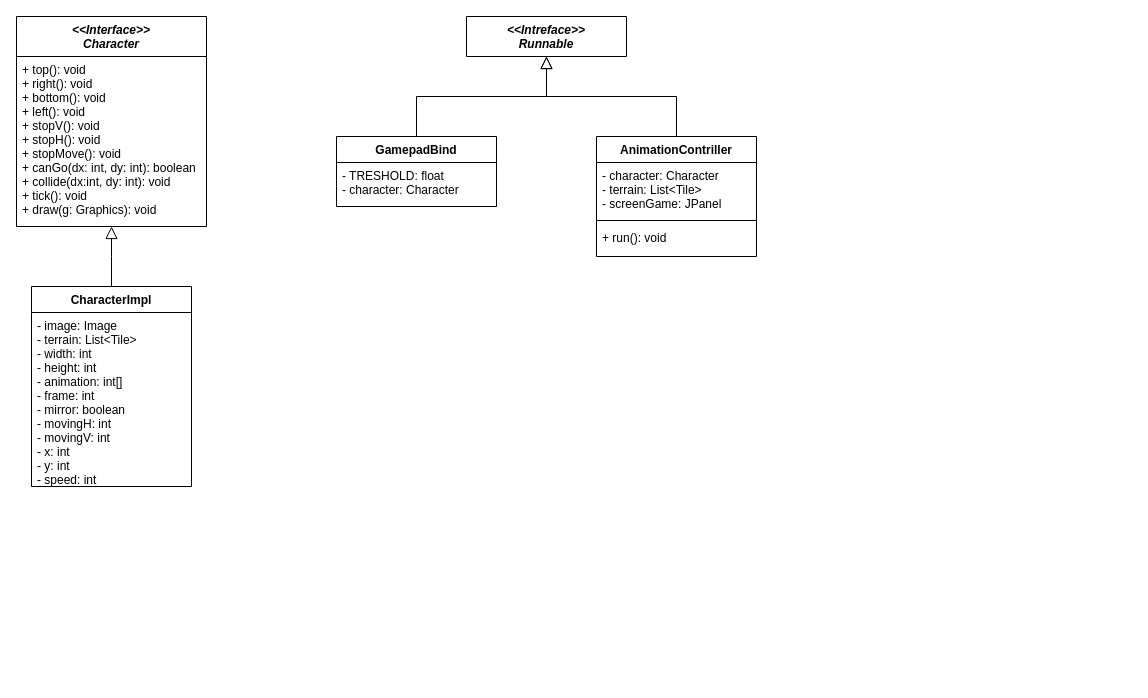
mazsak/game2D keeps this draw.io diagram as uml/class_game.drawio. Above is the earlier version. Source tidied: cells renumbered, new cells numbered last; positions are measured from the earlier drawing's top-left corner, leaving out a move shared by most shapes. Both pictures are drawn from the tidied source at 100%, with x=0, y=0 at pixel (16, 16).
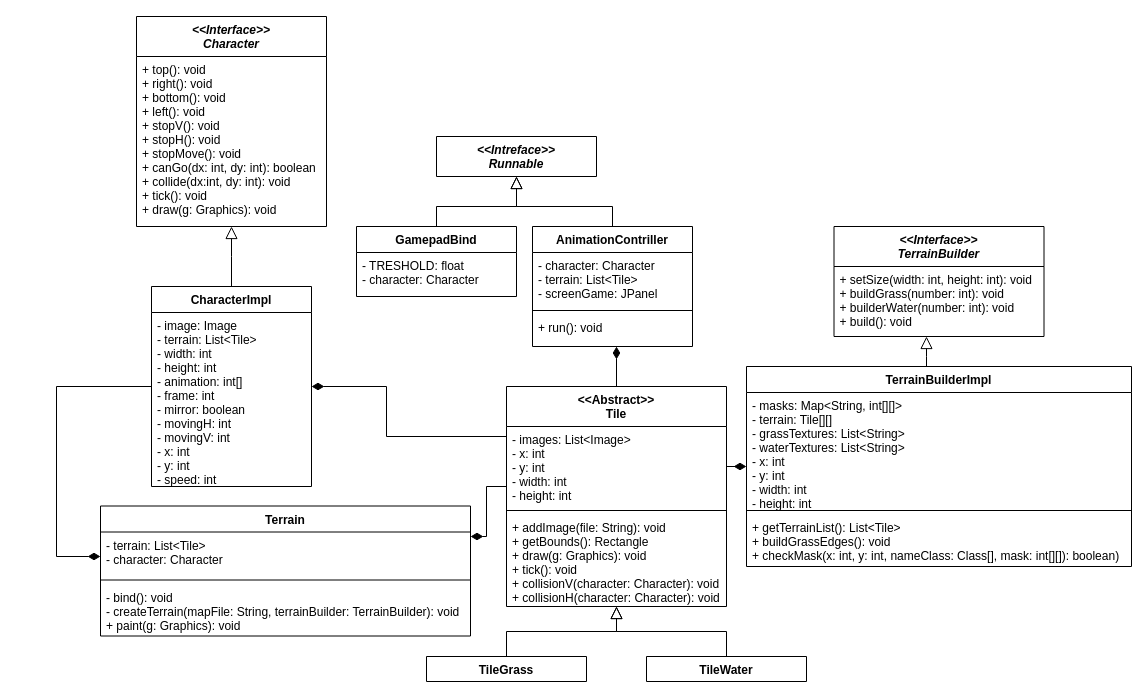
Above is the later version.

Diff of the diagram source:
```diff
@@
     <mxCell id="3" value="&lt;&lt;Interface&gt;&gt;&#10;Character" style="swimlane;fontStyle=3;align=center;verticalAlign=top;horizontal=1;startSize=40;rounded=0;shadow=0;strokeWidth=1;" parent="1" vertex="1">
-      <mxGeometry width="190" height="210" as="geometry" />
+      <mxGeometry x="120" width="190" height="210" as="geometry" />
     </mxCell>
@@
     <mxCell id="6" value="&lt;&lt;Intreface&gt;&gt;&#10;Runnable" style="swimlane;fontStyle=3;align=center;verticalAlign=top;horizontal=1;startSize=50;rounded=0;shadow=0;strokeWidth=1;" parent="1" vertex="1">
-      <mxGeometry x="450" width="160" height="40" as="geometry" />
+      <mxGeometry x="420" y="120" width="160" height="40" as="geometry" />
     </mxCell>
+    <mxCell id="17" style="edgeStyle=orthogonalEdgeStyle;rounded=0;jettySize=auto;html=1;endArrow=diamondThin;endFill=1;endSize=10;" parent="1" edge="1" source="7" target="38">
+      <mxGeometry relative="1" as="geometry">
+        <Array as="points">
+          <mxPoint x="40" y="370" />
+          <mxPoint x="40" y="540" />
+        </Array>
+      </mxGeometry>
+    </mxCell>
     <mxCell id="7" value="CharacterImpl" style="swimlane;fontStyle=1;align=center;verticalAlign=top;horizontal=1;startSize=26;rounded=0;shadow=0;strokeWidth=1;" parent="1" vertex="1">
-      <mxGeometry x="15" y="270" width="160" height="200" as="geometry" />
+      <mxGeometry x="135" y="270" width="160" height="200" as="geometry" />
     </mxCell>
@@
-    <mxCell id="9" style="edgeStyle=orthogonalEdgeStyle;rounded=0;jettySize=auto;html=1;exitX=0.5;exitY=0;exitDx=0;exitDy=0;endArrow=block;endFill=0;strokeWidth=1;endSize=10;" parent="1" edge="1" source="10" target="6">
-      <mxGeometry relative="1" as="geometry" />
+    <mxCell id="9" style="edgeStyle=orthogonalEdgeStyle;rounded=0;jettySize=auto;html=1;endArrow=block;endFill=0;strokeWidth=1;endSize=10;" parent="1" edge="1" source="10" target="6">
+      <mxGeometry relative="1" as="geometry">
+        <Array as="points">
+          <mxPoint x="420" y="190" />
+          <mxPoint x="500" y="190" />
+        </Array>
+      </mxGeometry>
     </mxCell>
     <mxCell id="10" value="GamepadBind" style="swimlane;fontStyle=1;align=center;verticalAlign=top;horizontal=1;startSize=26;rounded=0;shadow=0;strokeWidth=1;" parent="1" vertex="1">
-      <mxGeometry x="320" y="120" width="160" height="70" as="geometry" />
+      <mxGeometry x="340" y="210" width="160" height="70" as="geometry" />
     </mxCell>
@@
     <mxCell id="12" style="edgeStyle=orthogonalEdgeStyle;rounded=0;jettySize=auto;html=1;endArrow=block;endFill=0;endSize=10;strokeWidth=1;" parent="1" edge="1" source="13" target="6">
       <mxGeometry relative="1" as="geometry">
         <Array as="points">
-          <mxPoint x="660" y="80" />
-          <mxPoint x="530" y="80" />
+          <mxPoint x="596" y="190" />
+          <mxPoint x="500" y="190" />
         </Array>
       </mxGeometry>
     </mxCell>
     <mxCell id="13" value="AnimationContriller" style="swimlane;fontStyle=1;align=center;verticalAlign=top;horizontal=1;startSize=26;" parent="1" vertex="1">
-      <mxGeometry x="580" y="120" width="160" height="120" as="geometry" />
+      <mxGeometry x="516" y="210" width="160" height="120" as="geometry" />
     </mxCell>
@@
+    <mxCell id="18" style="edgeStyle=orthogonalEdgeStyle;rounded=0;jettySize=auto;html=1;endArrow=diamondThin;endFill=1;endSize=10;" parent="1" edge="1" source="22" target="34">
+      <mxGeometry relative="1" as="geometry">
+        <Array as="points">
+          <mxPoint x="720" y="450" />
+          <mxPoint x="720" y="450" />
+        </Array>
+      </mxGeometry>
+    </mxCell>
+    <mxCell id="19" style="edgeStyle=orthogonalEdgeStyle;rounded=0;jettySize=auto;html=1;endArrow=diamondThin;endFill=1;endSize=10;" parent="1" edge="1" source="22" target="7">
+      <mxGeometry relative="1" as="geometry">
+        <Array as="points">
+          <mxPoint x="370" y="420" />
+          <mxPoint x="370" y="370" />
+        </Array>
+      </mxGeometry>
+    </mxCell>
+    <mxCell id="20" style="edgeStyle=orthogonalEdgeStyle;rounded=0;jettySize=auto;html=1;endArrow=diamondThin;endFill=1;endSize=10;" parent="1" edge="1" source="22" target="13">
+      <mxGeometry relative="1" as="geometry">
+        <Array as="points">
+          <mxPoint x="606" y="310" />
+          <mxPoint x="606" y="310" />
+        </Array>
+      </mxGeometry>
+    </mxCell>
+    <mxCell id="21" style="edgeStyle=orthogonalEdgeStyle;rounded=0;jettySize=auto;html=1;endArrow=diamondThin;endFill=1;endSize=10;" parent="1" edge="1" source="22" target="38">
+      <mxGeometry relative="1" as="geometry">
+        <Array as="points">
+          <mxPoint x="470" y="470" />
+          <mxPoint x="470" y="520" />
+        </Array>
+      </mxGeometry>
+    </mxCell>
+    <mxCell id="22" value="&lt;&lt;Abstract&gt;&gt;&#10;Tile" style="swimlane;fontStyle=1;align=center;verticalAlign=top;horizontal=1;startSize=40;" parent="1" vertex="1">
+      <mxGeometry x="490" y="370" width="220" height="220" as="geometry" />
+    </mxCell>
+    <mxCell id="23" value="- images: List&lt;Image&gt;&#10;- x: int&#10;- y: int&#10;- width: int&#10;- height: int" style="text;strokeColor=none;fillColor=none;align=left;verticalAlign=top;spacingLeft=4;spacingRight=4;overflow=hidden;" parent="22" vertex="1">
+      <mxGeometry y="40" width="220" height="80" as="geometry" />
+    </mxCell>
+    <mxCell id="24" style="line;strokeWidth=1;fillColor=none;align=left;verticalAlign=middle;spacingTop=-1;spacingLeft=3;spacingRight=3;labelPosition=right;" parent="22" vertex="1">
+      <mxGeometry y="120" width="220" height="8" as="geometry" />
+    </mxCell>
+    <mxCell id="25" value="+ addImage(file: String): void&#10;+ getBounds(): Rectangle&#10;+ draw(g: Graphics): void&#10;+ tick(): void&#10;+ collisionV(character: Character): void&#10;+ collisionH(character: Character): void" style="text;strokeColor=none;fillColor=none;align=left;verticalAlign=top;spacingLeft=4;spacingRight=4;overflow=hidden;" parent="22" vertex="1">
+      <mxGeometry y="128" width="220" height="92" as="geometry" />
+    </mxCell>
+    <mxCell id="26" style="edgeStyle=orthogonalEdgeStyle;rounded=0;jettySize=auto;html=1;exitX=0.5;exitY=0;exitDx=0;exitDy=0;endArrow=block;endFill=0;endSize=10;" parent="1" edge="1" source="27" target="22">
+      <mxGeometry relative="1" as="geometry" />
+    </mxCell>
+    <mxCell id="27" value="TileGrass" style="swimlane;fontStyle=1;align=center;verticalAlign=top;horizontal=1;startSize=26;rounded=0;shadow=0;strokeWidth=1;" parent="1" vertex="1">
+      <mxGeometry x="410" y="640" width="160" height="25" as="geometry" />
+    </mxCell>
+    <mxCell id="28" style="edgeStyle=orthogonalEdgeStyle;rounded=0;jettySize=auto;html=1;endArrow=block;endFill=0;endSize=10;" parent="1" edge="1" source="29" target="22">
+      <mxGeometry relative="1" as="geometry" />
+    </mxCell>
+    <mxCell id="29" value="TileWater" style="swimlane;fontStyle=1;align=center;verticalAlign=top;horizontal=1;startSize=26;rounded=0;shadow=0;strokeWidth=1;" parent="1" vertex="1">
+      <mxGeometry x="630" y="640" width="160" height="25" as="geometry" />
+    </mxCell>
+    <mxCell id="30" value="&lt;&lt;Interface&gt;&gt;&#10;TerrainBuilder" style="swimlane;fontStyle=3;align=center;verticalAlign=top;horizontal=1;startSize=40;rounded=0;shadow=0;strokeWidth=1;" parent="1" vertex="1">
+      <mxGeometry x="817.5" y="210" width="210" height="110" as="geometry" />
+    </mxCell>
+    <mxCell id="31" style="line;html=1;strokeWidth=1;align=left;verticalAlign=middle;spacingTop=-1;spacingLeft=3;spacingRight=3;labelPosition=right;" parent="30" vertex="1">
+      <mxGeometry y="40" width="210" as="geometry" />
+    </mxCell>
+    <mxCell id="32" value="+ setSize(width: int, height: int): void&#10;+ buildGrass(number: int): void&#10;+ builderWater(number: int): void&#10;+ build(): void" style="text;align=left;verticalAlign=top;spacingLeft=4;spacingRight=4;overflow=hidden;" parent="30" vertex="1">
+      <mxGeometry y="40" width="210" height="70" as="geometry" />
+    </mxCell>
+    <mxCell id="33" style="edgeStyle=orthogonalEdgeStyle;rounded=0;jettySize=auto;html=1;endArrow=block;endFill=0;endSize=10;" parent="1" edge="1" source="34" target="30">
+      <mxGeometry relative="1" as="geometry">
+        <Array as="points">
+          <mxPoint x="910" y="340" />
+          <mxPoint x="910" y="340" />
+        </Array>
+      </mxGeometry>
+    </mxCell>
+    <mxCell id="34" value="TerrainBuilderImpl" style="swimlane;fontStyle=1;align=center;verticalAlign=top;horizontal=1;startSize=26;" parent="1" vertex="1">
+      <mxGeometry x="730" y="350" width="385" height="200" as="geometry" />
+    </mxCell>
+    <mxCell id="35" value="- masks: Map&lt;String, int[][]&gt;&#10;- terrain: Tile[][]&#10;- grassTextures: List&lt;String&gt;&#10;- waterTextures: List&lt;String&gt;&#10;- x: int&#10;- y: int&#10;- width: int&#10;- height: int&#10;" style="text;strokeColor=none;fillColor=none;align=left;verticalAlign=top;spacingLeft=4;spacingRight=4;overflow=hidden;" parent="34" vertex="1">
+      <mxGeometry y="26" width="385" height="114" as="geometry" />
+    </mxCell>
+    <mxCell id="36" style="line;strokeWidth=1;fillColor=none;align=left;verticalAlign=middle;spacingTop=-1;spacingLeft=3;spacingRight=3;labelPosition=right;" parent="34" vertex="1">
+      <mxGeometry y="140" width="385" height="8" as="geometry" />
+    </mxCell>
+    <mxCell id="37" value="+ getTerrainList(): List&lt;Tile&gt;&#10;+ buildGrassEdges(): void&#10;+ checkMask(x: int, y: int, nameClass: Class[], mask: int[][]): boolean)" style="text;strokeColor=none;fillColor=none;align=left;verticalAlign=top;spacingLeft=4;spacingRight=4;overflow=hidden;" parent="34" vertex="1">
+      <mxGeometry y="148" width="385" height="52" as="geometry" />
+    </mxCell>
+    <mxCell id="38" value="Terrain" style="swimlane;fontStyle=1;align=center;verticalAlign=top;horizontal=1;startSize=26;" parent="1" vertex="1">
+      <mxGeometry x="84" y="489.5" width="370" height="130" as="geometry" />
+    </mxCell>
+    <mxCell id="39" value="- terrain: List&lt;Tile&gt;&#10;- character: Character" style="text;strokeColor=none;fillColor=none;align=left;verticalAlign=top;spacingLeft=4;spacingRight=4;overflow=hidden;" parent="38" vertex="1">
+      <mxGeometry y="26" width="370" height="44" as="geometry" />
+    </mxCell>
+    <mxCell id="40" style="line;strokeWidth=1;fillColor=none;align=left;verticalAlign=middle;spacingTop=-1;spacingLeft=3;spacingRight=3;labelPosition=right;" parent="38" vertex="1">
+      <mxGeometry y="70" width="370" height="8" as="geometry" />
+    </mxCell>
+    <mxCell id="41" value="- bind(): void&#10;- createTerrain(mapFile: String, terrainBuilder: TerrainBuilder): void&#10;+ paint(g: Graphics): void" style="text;strokeColor=none;fillColor=none;align=left;verticalAlign=top;spacingLeft=4;spacingRight=4;overflow=hidden;" parent="38" vertex="1">
+      <mxGeometry y="78" width="370" height="52" as="geometry" />
+    </mxCell>
```
